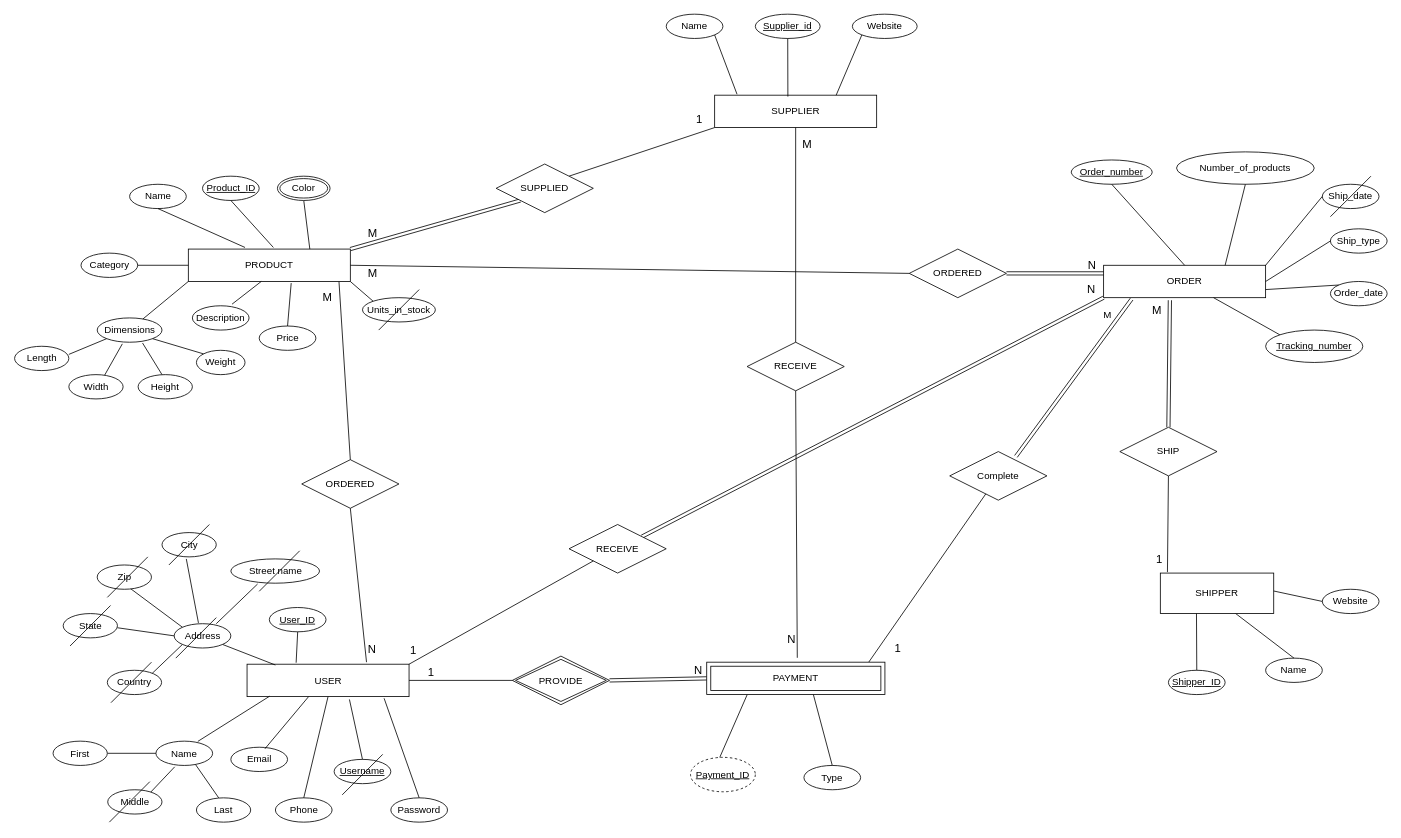
adammenker/CS3380_AAK keeps this draw.io diagram as Untitled Diagram.drawio. Above is the earlier version. Source tidied: cells renumbered, new cells numbered last; positions are measured from the earlier drawing's top-left corner, leaving out a move shared by most shapes. Both pictures are drawn from the tidied source at 81%, with x=0, y=0 at pixel (15, 14).
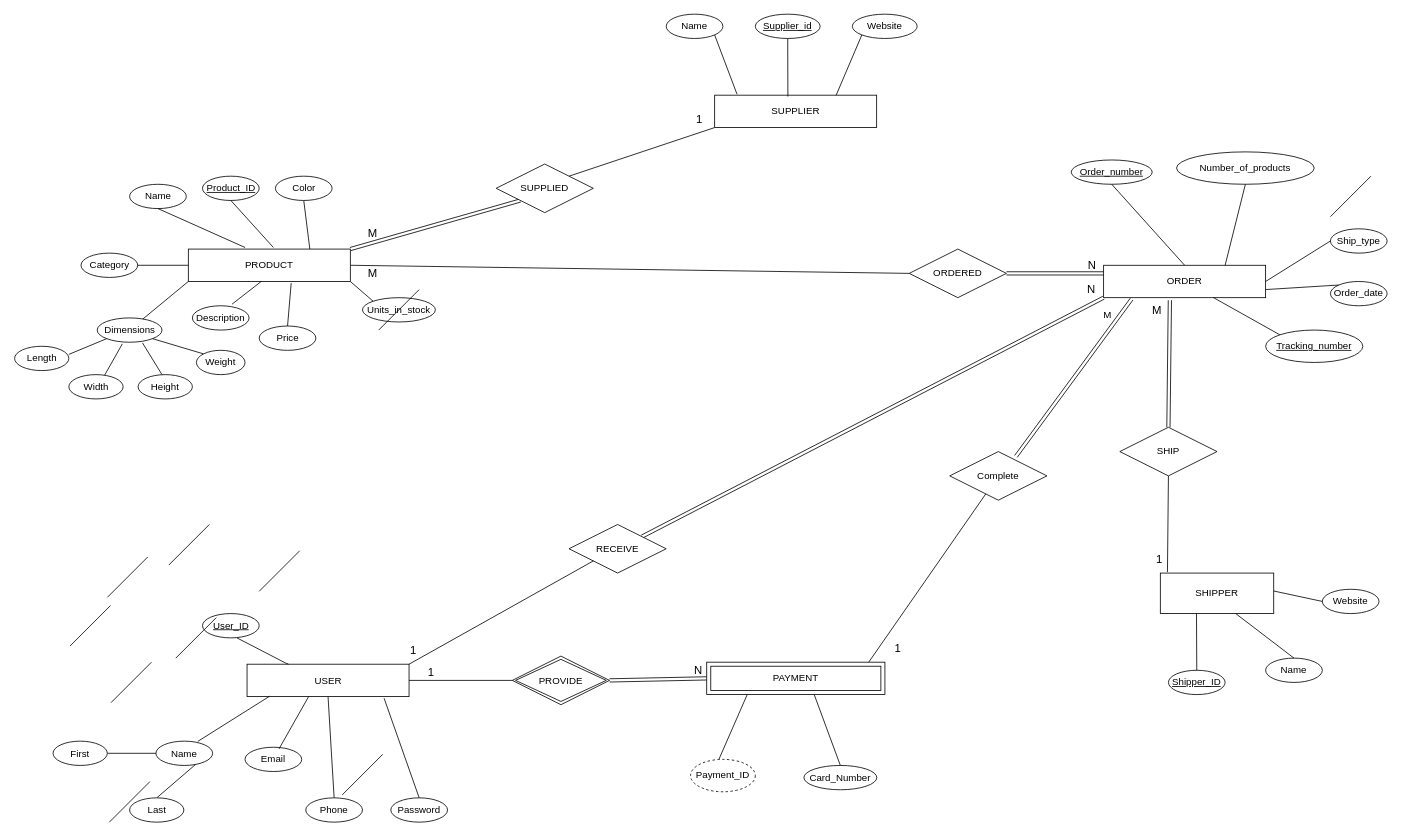
The same page after the edit.

Unchanged cells that the change refers to:
```xml
<mxCell id="2" value="PRODUCT" style="whiteSpace=wrap;html=1;align=center;" parent="1" vertex="1">
  <mxGeometry x="214" y="290" width="200" height="40" as="geometry" />
</mxCell>
<mxCell id="3" value="SUPPLIER" style="whiteSpace=wrap;html=1;align=center;" parent="1" vertex="1">
  <mxGeometry x="863.8" y="100" width="200" height="40" as="geometry" />
</mxCell>
<mxCell id="4" value="USER" style="whiteSpace=wrap;html=1;align=center;" parent="1" vertex="1">
  <mxGeometry x="286.5" y="802.5" width="200" height="40" as="geometry" />
</mxCell>
<mxCell id="5" value="ORDER" style="whiteSpace=wrap;html=1;align=center;" parent="1" vertex="1">
  <mxGeometry x="1344" y="310" width="200" height="40" as="geometry" />
</mxCell>
<mxCell id="46" value="Name" style="ellipse;whiteSpace=wrap;html=1;align=center;" parent="1" vertex="1">
  <mxGeometry x="174" y="897.5" width="70" height="30" as="geometry" />
</mxCell>
```

The edit, as a diff of the source:
```diff
@@
-    <mxCell id="18" style="endArrow=none;html=1;rounded=0;entryX=0.5;entryY=1;entryDx=0;entryDy=0;exitX=0.75;exitY=0;exitDx=0;exitDy=0;" parent="1" edge="1" source="2" target="26">
-      <mxGeometry relative="1" as="geometry" />
+    <mxCell id="18" style="endArrow=none;html=1;rounded=0;entryX=0.5;entryY=1;entryDx=0;entryDy=0;exitX=0.75;exitY=0;exitDx=0;exitDy=0;" parent="1" edge="1" source="2">
+      <mxGeometry relative="1" as="geometry">
+        <mxPoint x="356.5" y="230" as="targetPoint" />
+      </mxGeometry>
     </mxCell>
@@
-    <mxCell id="26" value="Color" style="ellipse;shape=doubleEllipse;margin=3;whiteSpace=wrap;html=1;align=center;" parent="1" vertex="1">
-      <mxGeometry x="324" y="200" width="65" height="30" as="geometry" />
-    </mxCell>
@@
-    <mxCell id="42" value="&lt;u&gt;Username&lt;/u&gt;" style="ellipse;whiteSpace=wrap;html=1;align=center;" parent="1" vertex="1">
-      <mxGeometry x="394" y="920" width="70" height="30" as="geometry" />
-    </mxCell>
     <mxCell id="43" value="Email" style="ellipse;whiteSpace=wrap;html=1;align=center;" parent="1" vertex="1">
-      <mxGeometry x="266.5" y="905" width="70" height="30" as="geometry" />
+      <mxGeometry x="284" y="905" width="70" height="30" as="geometry" />
     </mxCell>
     <mxCell id="44" value="Phone" style="ellipse;whiteSpace=wrap;html=1;align=center;" parent="1" vertex="1">
-      <mxGeometry x="321.5" y="967.5" width="70" height="30" as="geometry" />
+      <mxGeometry x="359" y="967.5" width="70" height="30" as="geometry" />
     </mxCell>
-    <mxCell id="45" value="Address" style="ellipse;whiteSpace=wrap;html=1;align=center;" parent="1" vertex="1">
-      <mxGeometry x="196.5" y="752.5" width="70" height="30" as="geometry" />
-    </mxCell>
@@
     <mxCell id="47" value="&lt;u&gt;User_ID&lt;/u&gt;" style="ellipse;whiteSpace=wrap;html=1;align=center;" parent="1" vertex="1">
-      <mxGeometry x="314" y="732.5" width="70" height="30" as="geometry" />
+      <mxGeometry x="231.5" y="740" width="70" height="30" as="geometry" />
     </mxCell>
-    <mxCell id="48" style="endArrow=none;html=1;rounded=0;exitX=0.743;exitY=0;exitDx=0;exitDy=0;exitPerimeter=0;entryX=0.345;entryY=1.033;entryDx=0;entryDy=0;entryPerimeter=0;" parent="1" edge="1" source="45">
-      <mxGeometry relative="1" as="geometry">
-        <mxPoint x="299.5" y="703.5" as="targetPoint" />
-      </mxGeometry>
-    </mxCell>
-    <mxCell id="49" style="endArrow=none;html=1;rounded=0;entryX=0.5;entryY=1;entryDx=0;entryDy=0;" parent="1" edge="1">
-      <mxGeometry relative="1" as="geometry">
-        <mxPoint x="226.5" y="751.5" as="sourcePoint" />
-        <mxPoint x="211.5" y="672.5" as="targetPoint" />
-      </mxGeometry>
-    </mxCell>
-    <mxCell id="50" style="endArrow=none;html=1;rounded=0;exitX=0;exitY=0;exitDx=0;exitDy=0;entryX=1;entryY=1;entryDx=0;entryDy=0;" parent="1" edge="1" source="45">
-      <mxGeometry relative="1" as="geometry">
-        <mxPoint x="141.2" y="708.1" as="targetPoint" />
-      </mxGeometry>
-    </mxCell>
-    <mxCell id="51" style="endArrow=none;html=1;rounded=0;exitX=0;exitY=0.5;exitDx=0;exitDy=0;entryX=1;entryY=0.5;entryDx=0;entryDy=0;" parent="1" edge="1" source="45">
-      <mxGeometry relative="1" as="geometry">
-        <mxPoint x="126.5" y="757.5" as="targetPoint" />
-      </mxGeometry>
-    </mxCell>
-    <mxCell id="52" style="endArrow=none;html=1;rounded=0;exitX=1;exitY=0;exitDx=0;exitDy=0;entryX=0;entryY=1;entryDx=0;entryDy=0;" parent="1" edge="1" target="45">
-      <mxGeometry relative="1" as="geometry">
-        <mxPoint x="166.2" y="816.9" as="sourcePoint" />
-      </mxGeometry>
-    </mxCell>
-    <mxCell id="53" style="endArrow=none;html=1;rounded=0;exitX=0.5;exitY=1;exitDx=0;exitDy=0;entryX=0.303;entryY=-0.046;entryDx=0;entryDy=0;entryPerimeter=0;" parent="1" edge="1" source="47" target="4">
-      <mxGeometry relative="1" as="geometry" />
+    <mxCell id="53" style="endArrow=none;html=1;rounded=0;" parent="1" edge="1" target="4">
+      <mxGeometry relative="1" as="geometry">
+        <mxPoint x="274" y="770" as="sourcePoint" />
+        <Array as="points">
+          <mxPoint x="334" y="801" />
+        </Array>
+      </mxGeometry>
     </mxCell>
@@
-    <mxCell id="58" style="endArrow=none;html=1;rounded=0;exitX=0.632;exitY=1.088;exitDx=0;exitDy=0;entryX=0.5;entryY=0;entryDx=0;entryDy=0;exitPerimeter=0;" parent="1" edge="1" source="4" target="42">
-      <mxGeometry relative="1" as="geometry" />
-    </mxCell>
-    <mxCell id="59" style="endArrow=none;html=1;rounded=0;exitX=0.175;exitY=0.025;exitDx=0;exitDy=0;entryX=1;entryY=1;entryDx=0;entryDy=0;exitPerimeter=0;" parent="1" edge="1" source="4" target="45">
-      <mxGeometry relative="1" as="geometry" />
-    </mxCell>
@@
-    <mxCell id="61" style="endArrow=none;html=1;rounded=0;exitX=1;exitY=0;exitDx=0;exitDy=0;entryX=0.331;entryY=1.057;entryDx=0;entryDy=0;entryPerimeter=0;" parent="1" edge="1" target="46">
-      <mxGeometry relative="1" as="geometry">
-        <mxPoint x="166.2" y="961.9" as="sourcePoint" />
-      </mxGeometry>
-    </mxCell>
-    <mxCell id="62" style="endArrow=none;html=1;rounded=0;entryX=0.5;entryY=0;entryDx=0;entryDy=0;exitX=0.698;exitY=0.962;exitDx=0;exitDy=0;exitPerimeter=0;" parent="1" edge="1" source="46">
-      <mxGeometry relative="1" as="geometry">
-        <mxPoint x="251.5" y="967.5" as="targetPoint" />
-      </mxGeometry>
+    <mxCell id="62" style="endArrow=none;html=1;rounded=0;entryX=0.5;entryY=0;entryDx=0;entryDy=0;exitX=0.698;exitY=0.962;exitDx=0;exitDy=0;exitPerimeter=0;" parent="1" edge="1" source="46" target="127">
+      <mxGeometry relative="1" as="geometry" />
     </mxCell>
@@
-    <mxCell id="64" value="Ship_date" style="ellipse;whiteSpace=wrap;html=1;align=center;" parent="1" vertex="1">
-      <mxGeometry x="1614" y="210" width="70" height="30" as="geometry" />
-    </mxCell>
@@
-    <mxCell id="67" style="endArrow=none;html=1;rounded=0;entryX=0;entryY=0.5;entryDx=0;entryDy=0;exitX=1;exitY=0;exitDx=0;exitDy=0;" parent="1" edge="1" source="5" target="64">
-      <mxGeometry relative="1" as="geometry" />
-    </mxCell>
@@
-    <mxCell id="74" value="Type" style="ellipse;whiteSpace=wrap;html=1;align=center;" parent="1" vertex="1">
-      <mxGeometry x="974" y="927.5" width="70" height="30" as="geometry" />
+    <mxCell id="74" value="Card_Number" style="ellipse;whiteSpace=wrap;html=1;align=center;" parent="1" vertex="1">
+      <mxGeometry x="974" y="927.5" width="90" height="30" as="geometry" />
     </mxCell>
@@
-    <mxCell id="88" value="ORDERED" style="shape=rhombus;perimeter=rhombusPerimeter;whiteSpace=wrap;html=1;align=center;" parent="1" vertex="1">
-      <mxGeometry x="354" y="550" width="120" height="60" as="geometry" />
-    </mxCell>
-    <mxCell id="89" style="endArrow=none;html=1;rounded=0;entryX=0.5;entryY=0;entryDx=0;entryDy=0;exitX=0.93;exitY=1.007;exitDx=0;exitDy=0;exitPerimeter=0;" parent="1" edge="1" source="2" target="88">
-      <mxGeometry relative="1" as="geometry" />
-    </mxCell>
-    <mxCell id="90" value="&lt;font style=&quot;font-size: 14px&quot;&gt;M&lt;/font&gt;" style="html=1;align=left;verticalAlign=bottom;" parent="89" vertex="1">
-      <mxGeometry x="-1" relative="1" as="geometry">
-        <mxPoint x="-21.8" y="29.7" as="offset" />
-      </mxGeometry>
-    </mxCell>
-    <mxCell id="91" style="html=1;align=right;verticalAlign=bottom;" parent="89" vertex="1">
-      <mxGeometry x="1" relative="1" as="geometry" />
-    </mxCell>
-    <mxCell id="92" style="endArrow=none;html=1;rounded=0;exitX=0.5;exitY=1;exitDx=0;exitDy=0;" parent="1" edge="1" source="88">
-      <mxGeometry relative="1" as="geometry">
-        <mxPoint x="434" y="800" as="targetPoint" />
-      </mxGeometry>
-    </mxCell>
-    <mxCell id="93" value="&lt;font style=&quot;font-size: 14px&quot;&gt;N&lt;/font&gt;" style="html=1;align=right;verticalAlign=bottom;" parent="92" vertex="1">
-      <mxGeometry x="1" relative="1" as="geometry">
-        <mxPoint x="12.5" y="-6.4" as="offset" />
-      </mxGeometry>
-    </mxCell>
@@
-    <mxCell id="112" value="RECEIVE" style="shape=rhombus;perimeter=rhombusPerimeter;whiteSpace=wrap;html=1;align=center;" parent="1" vertex="1">
-      <mxGeometry x="903.8" y="405" width="120" height="60" as="geometry" />
-    </mxCell>
-    <mxCell id="113" style="endArrow=none;html=1;rounded=0;entryX=0.5;entryY=1;entryDx=0;entryDy=0;exitX=0.5;exitY=0;exitDx=0;exitDy=0;" parent="1" edge="1" source="112" target="3">
-      <mxGeometry relative="1" as="geometry" />
-    </mxCell>
-    <mxCell id="114" value="&lt;font style=&quot;font-size: 14px&quot;&gt;M&lt;/font&gt;" style="html=1;align=right;verticalAlign=bottom;" parent="113" vertex="1">
-      <mxGeometry x="1" relative="1" as="geometry">
-        <mxPoint x="20.2" y="30.5" as="offset" />
-      </mxGeometry>
-    </mxCell>
-    <mxCell id="115" style="endArrow=none;html=1;rounded=0;entryX=0.559;entryY=-0.136;entryDx=0;entryDy=0;exitX=0.5;exitY=1;exitDx=0;exitDy=0;entryPerimeter=0;" parent="1" edge="1" source="112">
-      <mxGeometry relative="1" as="geometry">
-        <mxPoint x="965.8" y="794.6" as="targetPoint" />
-      </mxGeometry>
-    </mxCell>
-    <mxCell id="116" value="&lt;font style=&quot;font-size: 14px&quot;&gt;N&lt;/font&gt;" style="html=1;align=right;verticalAlign=bottom;" parent="115" vertex="1">
-      <mxGeometry x="1" relative="1" as="geometry">
-        <mxPoint x="-2" y="-12.5" as="offset" />
-      </mxGeometry>
-    </mxCell>
@@
-    <mxCell id="119" value="Country" style="ellipse;whiteSpace=wrap;html=1;align=center;" parent="1" vertex="1">
-      <mxGeometry x="114" y="810" width="67" height="30" as="geometry" />
-    </mxCell>
-    <mxCell id="120" value="State" style="ellipse;whiteSpace=wrap;html=1;align=center;" parent="1" vertex="1">
-      <mxGeometry x="59.5" y="740" width="67" height="30" as="geometry" />
-    </mxCell>
-    <mxCell id="121" value="Zip" style="ellipse;whiteSpace=wrap;html=1;align=center;" parent="1" vertex="1">
-      <mxGeometry x="101.5" y="680" width="67" height="30" as="geometry" />
-    </mxCell>
-    <mxCell id="122" value="City" style="ellipse;whiteSpace=wrap;html=1;align=center;" parent="1" vertex="1">
-      <mxGeometry x="181.5" y="640" width="67" height="30" as="geometry" />
-    </mxCell>
-    <mxCell id="123" value="Street name" style="ellipse;whiteSpace=wrap;html=1;align=center;" parent="1" vertex="1">
-      <mxGeometry x="266.5" y="672.5" width="109.5" height="30" as="geometry" />
-    </mxCell>
@@
     <mxCell id="127" value="Last" style="ellipse;whiteSpace=wrap;html=1;align=center;" parent="1" vertex="1">
-      <mxGeometry x="224" y="967.5" width="67" height="30" as="geometry" />
+      <mxGeometry x="141.5" y="967.5" width="67" height="30" as="geometry" />
     </mxCell>
-    <mxCell id="128" value="Middle" style="ellipse;whiteSpace=wrap;html=1;align=center;" parent="1" vertex="1">
-      <mxGeometry x="114.5" y="957.5" width="67" height="30" as="geometry" />
-    </mxCell>
@@
-    <mxCell id="132" value="&lt;u&gt;Payment_ID&lt;/u&gt;" style="ellipse;whiteSpace=wrap;html=1;align=center;dashed=1;" parent="1" vertex="1">
-      <mxGeometry x="834" y="917.5" width="80" height="42.5" as="geometry" />
+    <mxCell id="132" value="Payment_ID" style="ellipse;whiteSpace=wrap;html=1;align=center;dashed=1;" parent="1" vertex="1">
+      <mxGeometry x="834" y="920" width="80" height="40" as="geometry" />
     </mxCell>
+    <mxCell id="26" value="Color" style="ellipse;whiteSpace=wrap;html=1;align=center;" parent="1" vertex="1">
+      <mxGeometry x="321.5" y="200" width="70" height="30" as="geometry" />
+    </mxCell>
```
